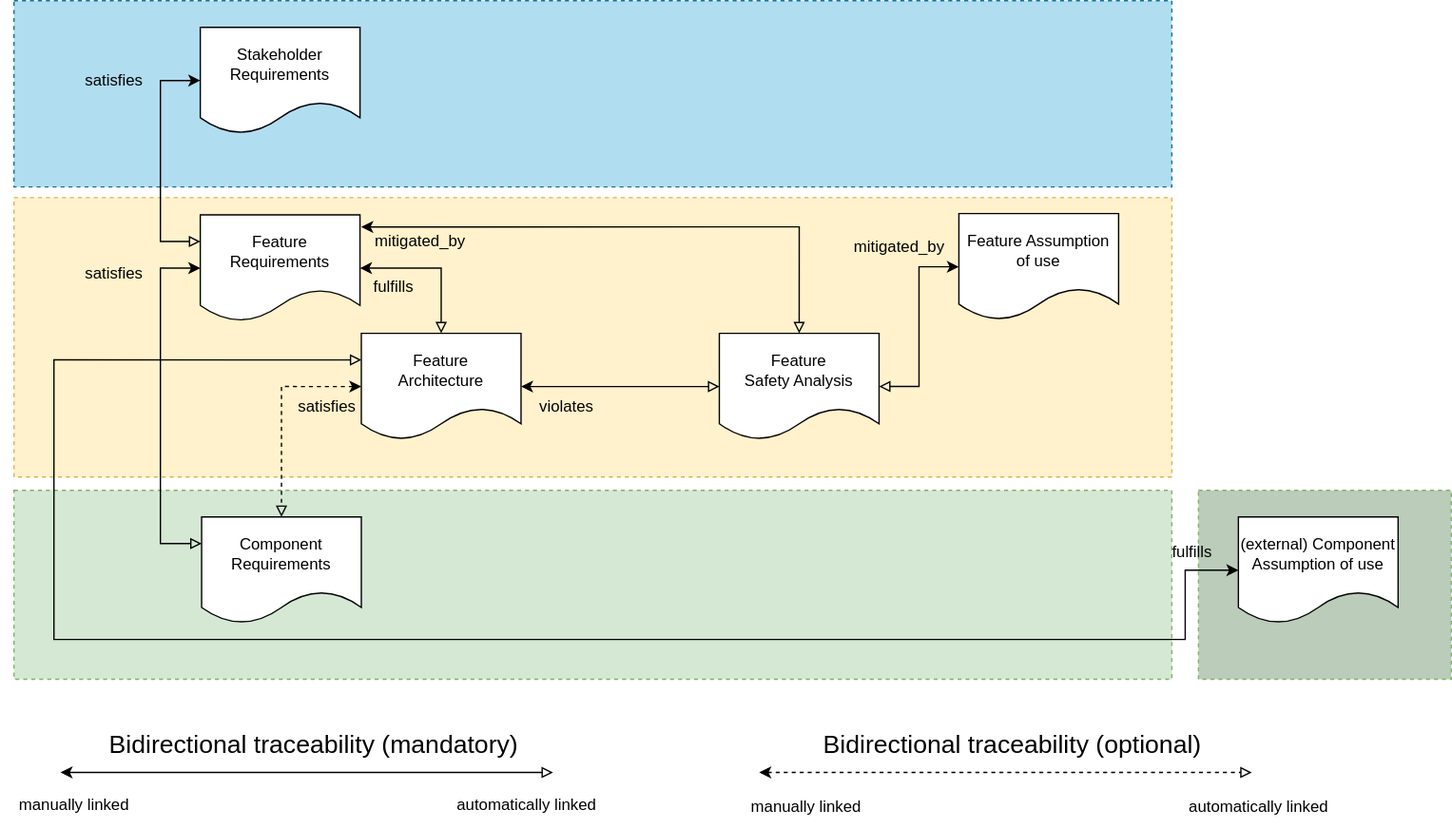
The draw.io diagram main/_images/score_traceability_model_feat_overview.drawio.svg in MaximilianSoerenPollak/process_description, before a commit. Source tidied: cells renumbered, new cells last; positions are measured from the earlier drawing's top-left corner, leaving out a move shared by most shapes.
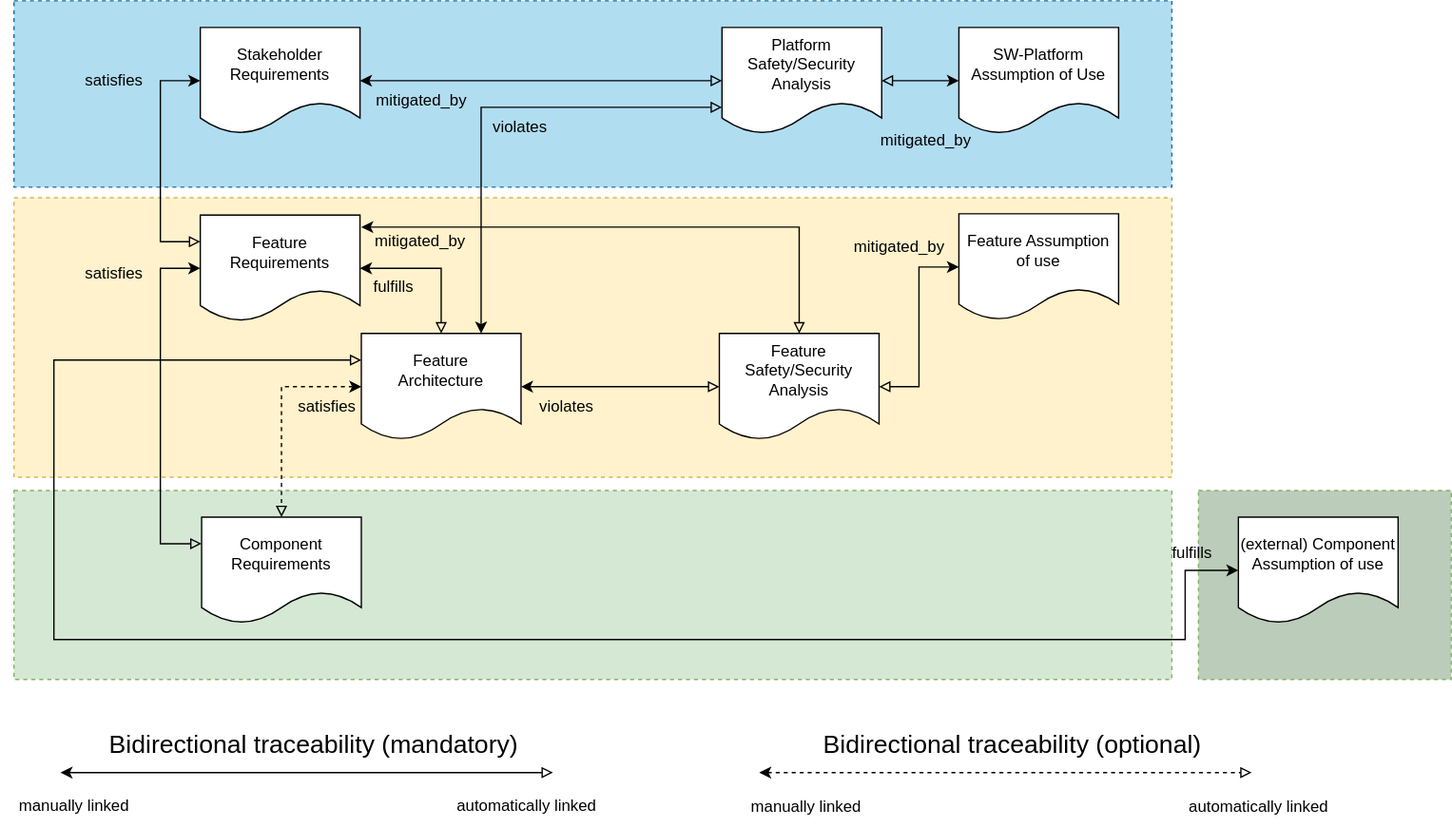
The same file after the commit.

What changed in the source:
```diff
@@ -80,7 +80,7 @@
         </Array>
       </mxGeometry>
     </mxCell>
-    <mxCell id="21" value="Feature&lt;br&gt;Safety Analysis" style="shape=document;whiteSpace=wrap;html=1;boundedLbl=1;" parent="1" vertex="1">
+    <mxCell id="21" value="Feature&lt;br&gt;Safety/Security Analysis" style="shape=document;whiteSpace=wrap;html=1;boundedLbl=1;" parent="1" vertex="1">
       <mxGeometry x="540" y="250" width="120" height="80" as="geometry" />
     </mxCell>
     <mxCell id="22" style="edgeStyle=orthogonalEdgeStyle;rounded=0;orthogonalLoop=1;jettySize=auto;html=1;startArrow=classic;startFill=1;endArrow=block;endFill=0;" parent="1" edge="1">
@@ -143,5 +143,34 @@
     <mxCell id="37" value="violates" style="text;html=1;align=center;verticalAlign=middle;strokeColor=none;fillColor=none;" parent="1" vertex="1">
       <mxGeometry x="395" y="290" width="60" height="30" as="geometry" />
     </mxCell>
+    <mxCell id="38" value="SW-Platform&lt;br&gt;Assumption of Use" style="shape=document;whiteSpace=wrap;html=1;boundedLbl=1;" parent="1" vertex="1">
+      <mxGeometry x="720" y="20" width="120" height="80" as="geometry" />
+    </mxCell>
+    <mxCell id="39" value="Platform&lt;br&gt;Safety/Security Analysis" style="shape=document;whiteSpace=wrap;html=1;boundedLbl=1;" parent="1" vertex="1">
+      <mxGeometry x="542" y="20" width="120" height="80" as="geometry" />
+    </mxCell>
+    <mxCell id="40" style="edgeStyle=orthogonalEdgeStyle;rounded=0;jettySize=auto;html=1;entryX=1;entryY=0.5;entryDx=0;entryDy=0;exitX=0;exitY=0.5;exitDx=0;exitDy=0;startArrow=block;startFill=0;endArrow=classic;endFill=1;" parent="1" edge="1" source="39" target="17">
+      <mxGeometry relative="1" as="geometry">
+        <Array as="points">
+          <mxPoint x="390" y="60" />
+          <mxPoint x="390" y="60" />
+        </Array>
+      </mxGeometry>
+    </mxCell>
+    <mxCell id="41" value="mitigated_by" style="text;html=1;align=center;verticalAlign=middle;strokeColor=none;fillColor=none;" parent="1" vertex="1">
+      <mxGeometry x="271" y="60" width="90" height="30" as="geometry" />
+    </mxCell>
+    <mxCell id="42" style="edgeStyle=orthogonalEdgeStyle;rounded=0;jettySize=auto;html=1;entryX=0;entryY=0.5;entryDx=0;entryDy=0;startArrow=block;startFill=0;endArrow=classic;endFill=1;exitX=1;exitY=0.5;exitDx=0;exitDy=0;" parent="1" edge="1" source="39" target="38">
+      <mxGeometry relative="1" as="geometry" />
+    </mxCell>
+    <mxCell id="43" value="mitigated_by" style="text;html=1;align=center;verticalAlign=middle;strokeColor=none;fillColor=none;" parent="1" vertex="1">
+      <mxGeometry x="650" y="90" width="90" height="30" as="geometry" />
+    </mxCell>
+    <mxCell id="44" style="edgeStyle=orthogonalEdgeStyle;rounded=0;jettySize=auto;html=1;startArrow=classic;startFill=1;endArrow=block;endFill=0;entryX=0;entryY=0.75;entryDx=0;entryDy=0;exitX=0.75;exitY=0;exitDx=0;exitDy=0;" parent="1" edge="1" source="10" target="39">
+      <mxGeometry relative="1" as="geometry" />
+    </mxCell>
+    <mxCell id="45" value="violates" style="text;html=1;align=center;verticalAlign=middle;strokeColor=none;fillColor=none;" parent="1" vertex="1">
+      <mxGeometry x="360" y="80" width="60" height="30" as="geometry" />
+    </mxCell>
   </root>
 </mxGraphModel>
```
